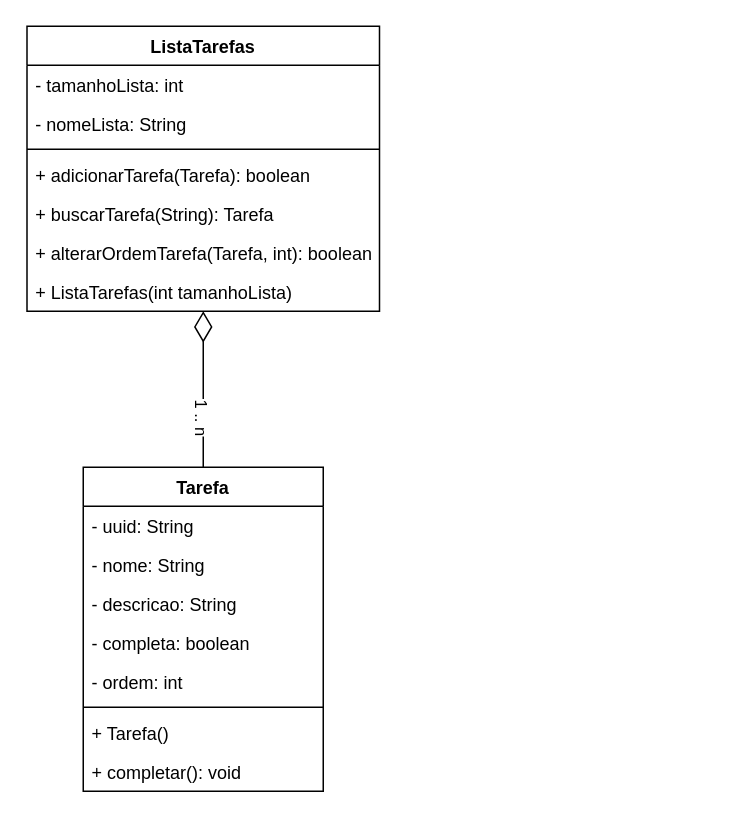
Before: page "LIstaTarefa" (4 of 5) of diagramas.drawio in hannaBanannaOF/entra21-git-inicio, a draw.io diagram. Source tidied: cells renumbered, new cells numbered last; positions are measured from the earlier drawing's top-left corner, leaving out a move shared by most shapes. Both pictures are drawn from the tidied source at 150%, with x=0, y=0 at pixel (26, 26).
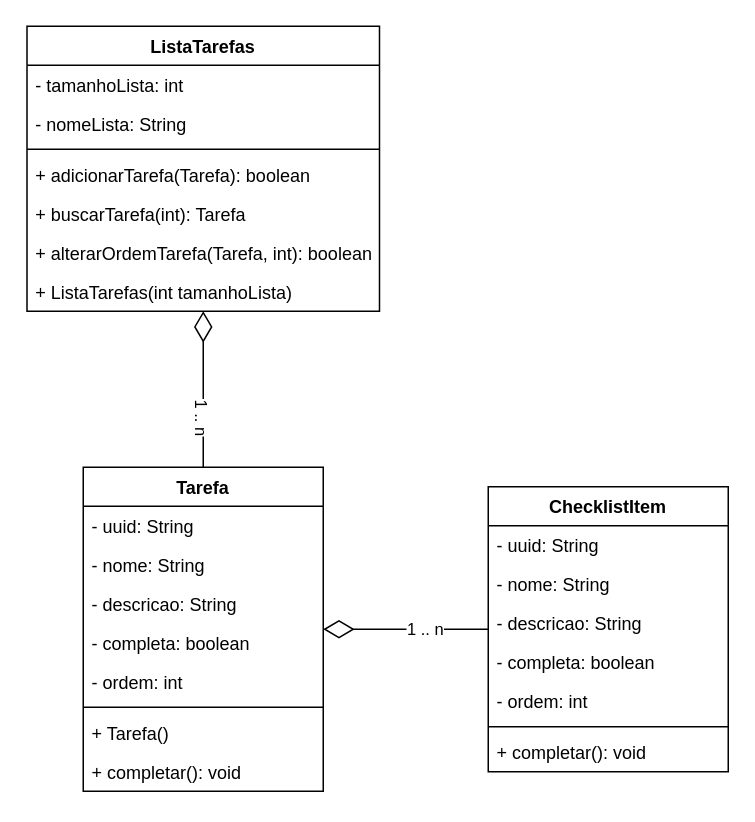
Above is the later version.

The change refers to these unchanged cells:
```xml
<mxCell id="2" value="Tarefa" style="swimlane;fontStyle=1;align=center;verticalAlign=top;horizontal=1;startSize=26;" parent="1" vertex="1">
  <mxGeometry x="38" y="294" width="160" height="216" as="geometry" />
</mxCell>
<mxCell id="13" value="ListaTarefas" style="swimlane;fontStyle=1;align=center;verticalAlign=top;horizontal=1;startSize=26;" parent="1" vertex="1">
  <mxGeometry x="0.5" width="235" height="190" as="geometry" />
</mxCell>
```

Diff of the diagram source:
```diff
@@
-    <mxCell id="18" value="+ buscarTarefa(String): Tarefa" style="text;strokeColor=none;fillColor=none;align=left;verticalAlign=top;spacingLeft=4;spacingRight=4;overflow=hidden;" parent="13" vertex="1">
+    <mxCell id="18" value="+ buscarTarefa(int): Tarefa" style="text;strokeColor=none;fillColor=none;align=left;verticalAlign=top;spacingLeft=4;spacingRight=4;overflow=hidden;" parent="13" vertex="1">
       <mxGeometry y="112" width="235" height="26" as="geometry" />
     </mxCell>
@@
+    <mxCell id="21" style="edgeStyle=orthogonalEdgeStyle;rounded=0;jettySize=auto;html=1;exitX=0;exitY=0.5;exitDx=0;exitDy=0;entryX=1;entryY=0.5;entryDx=0;entryDy=0;startArrow=none;startFill=0;endArrow=diamondThin;endFill=0;endSize=18;" parent="1" edge="1" source="23" target="2">
+      <mxGeometry relative="1" as="geometry" />
+    </mxCell>
+    <mxCell id="22" value="1 .. n" style="edgeLabel;html=1;align=center;verticalAlign=middle;" parent="21" vertex="1">
+      <mxGeometry x="-0.22" y="-1" relative="1" as="geometry" />
+    </mxCell>
+    <mxCell id="23" value="ChecklistItem" style="swimlane;fontStyle=1;align=center;verticalAlign=top;horizontal=1;startSize=26;" parent="1" vertex="1">
+      <mxGeometry x="308" y="307" width="160" height="190" as="geometry" />
+    </mxCell>
+    <mxCell id="24" value="- uuid: String" style="text;strokeColor=none;fillColor=none;align=left;verticalAlign=top;spacingLeft=4;spacingRight=4;overflow=hidden;" parent="23" vertex="1">
+      <mxGeometry y="26" width="160" height="26" as="geometry" />
+    </mxCell>
+    <mxCell id="25" value="- nome: String" style="text;strokeColor=none;fillColor=none;align=left;verticalAlign=top;spacingLeft=4;spacingRight=4;overflow=hidden;" parent="23" vertex="1">
+      <mxGeometry y="52" width="160" height="26" as="geometry" />
+    </mxCell>
+    <mxCell id="26" value="- descricao: String" style="text;strokeColor=none;fillColor=none;align=left;verticalAlign=top;spacingLeft=4;spacingRight=4;overflow=hidden;" parent="23" vertex="1">
+      <mxGeometry y="78" width="160" height="26" as="geometry" />
+    </mxCell>
+    <mxCell id="27" value="- completa: boolean" style="text;strokeColor=none;fillColor=none;align=left;verticalAlign=top;spacingLeft=4;spacingRight=4;overflow=hidden;" parent="23" vertex="1">
+      <mxGeometry y="104" width="160" height="26" as="geometry" />
+    </mxCell>
+    <mxCell id="28" value="- ordem: int" style="text;strokeColor=none;fillColor=none;align=left;verticalAlign=top;spacingLeft=4;spacingRight=4;overflow=hidden;" parent="23" vertex="1">
+      <mxGeometry y="130" width="160" height="26" as="geometry" />
+    </mxCell>
+    <mxCell id="29" style="line;strokeWidth=1;fillColor=none;align=left;verticalAlign=middle;spacingTop=-1;spacingLeft=3;spacingRight=3;labelPosition=right;" parent="23" vertex="1">
+      <mxGeometry y="156" width="160" height="8" as="geometry" />
+    </mxCell>
+    <mxCell id="30" value="+ completar(): void" style="text;strokeColor=none;fillColor=none;align=left;verticalAlign=top;spacingLeft=4;spacingRight=4;overflow=hidden;" parent="23" vertex="1">
+      <mxGeometry y="164" width="160" height="26" as="geometry" />
+    </mxCell>
```
